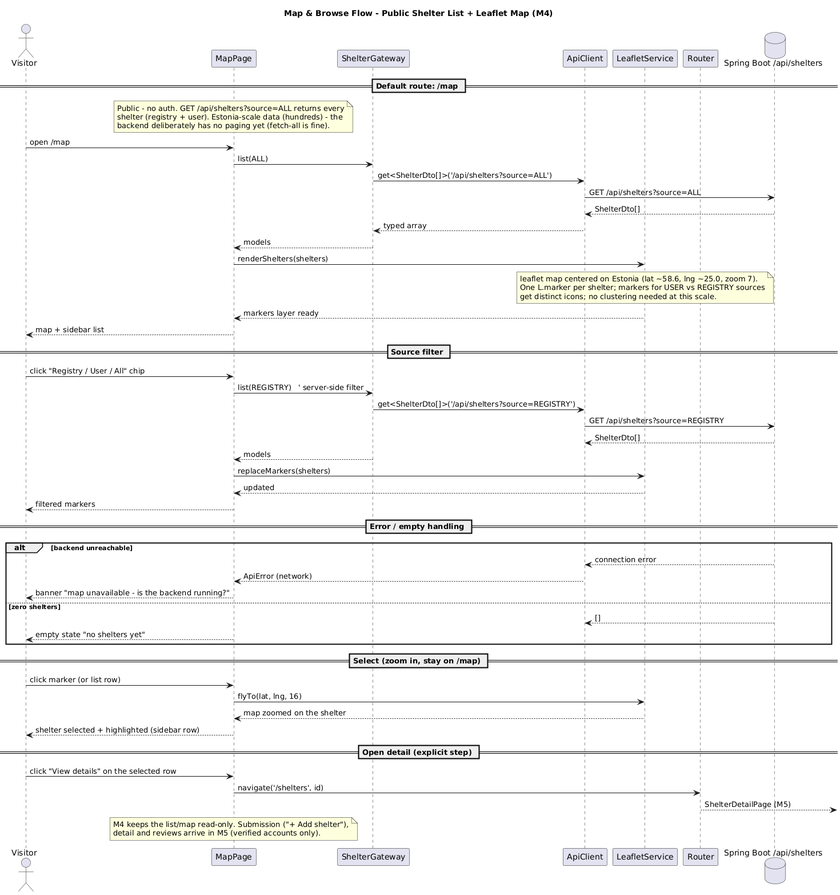
The PlantUML diagram frontend/docs/out/04-map-browse-flow.png in Bro223/OpenShelter, before a commit.
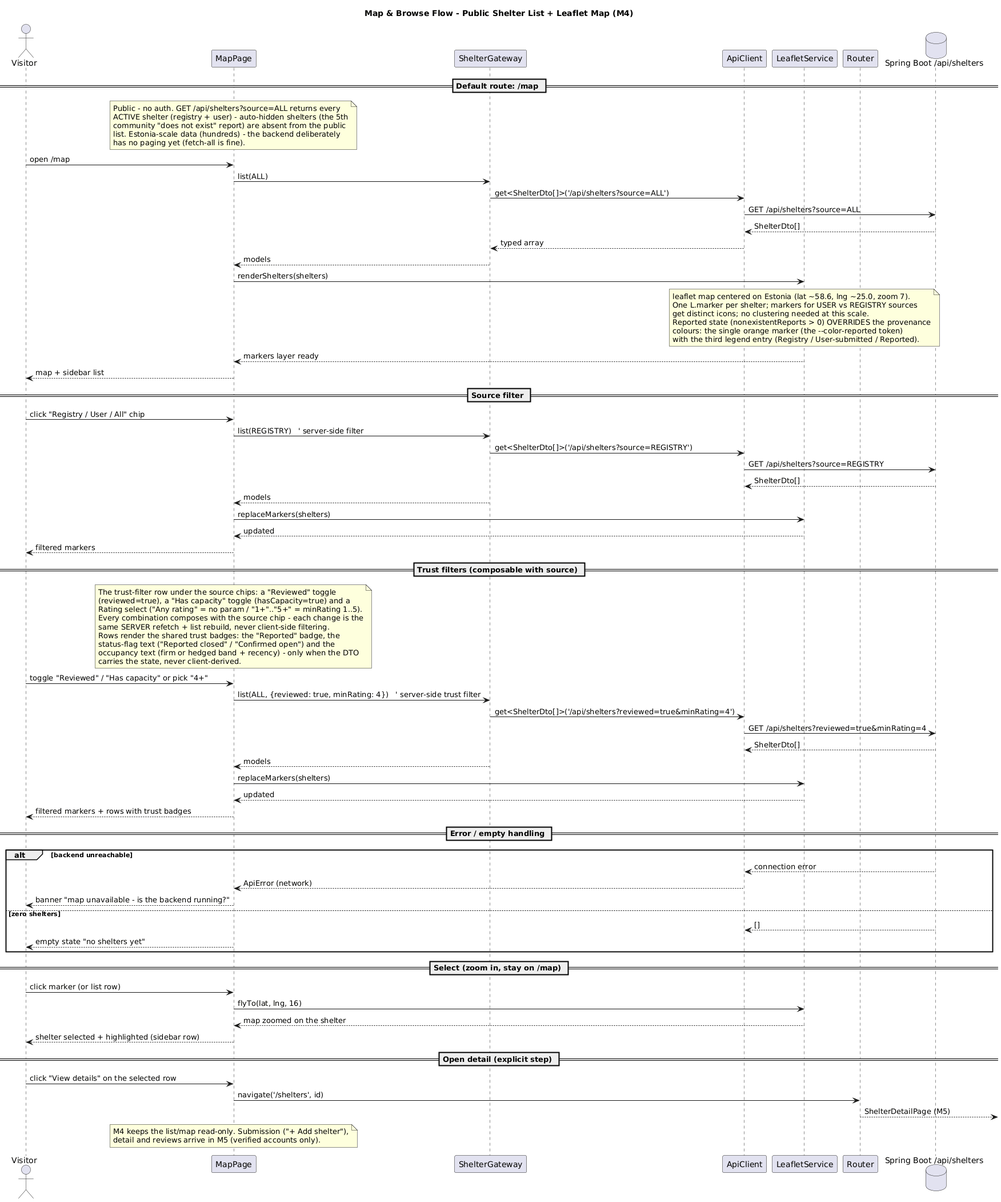
After the change.

Diff of the diagram source:
```diff
@@ -13,8 +13,10 @@
 == Default route: /map ==
 note over MP
   Public - no auth. GET /api/shelters?source=ALL returns every
-  shelter (registry + user). Estonia-scale data (hundreds) - the
-  backend deliberately has no paging yet (fetch-all is fine).
+  ACTIVE shelter (registry + user) - auto-hidden shelters (the 5th
+  community "does not exist" report) are absent from the public
+  list. Estonia-scale data (hundreds) - the backend deliberately
+  has no paging yet (fetch-all is fine).
 end note
 Visitor -> MP : open /map
 MP -> SG : list(ALL)
@@ -28,6 +30,9 @@
   leaflet map centered on Estonia (lat ~58.6, lng ~25.0, zoom 7).
   One L.marker per shelter; markers for USER vs REGISTRY sources
   get distinct icons; no clustering needed at this scale.
+  Reported state (nonexistentReports > 0) OVERRIDES the provenance
+  colours: the single orange marker (the --color-reported token)
+  with the third legend entry (Registry / User-submitted / Reported).
 end note
 LS --> MP : markers layer ready
 MP --> Visitor : map + sidebar list
@@ -42,6 +47,28 @@
 MP -> LS : replaceMarkers(shelters)
 LS --> MP : updated
 MP --> Visitor : filtered markers
+
+== Trust filters (composable with source) ==
+note over MP
+  The trust-filter row under the source chips: a "Reviewed" toggle
+  (reviewed=true), a "Has capacity" toggle (hasCapacity=true) and a
+  Rating select ("Any rating" = no param / "1+".."5+" = minRating 1..5).
+  Every combination composes with the source chip - each change is the
+  same SERVER refetch + list rebuild, never client-side filtering.
+  Rows render the shared trust badges: the "Reported" badge, the
+  status-flag text ("Reported closed" / "Confirmed open") and the
+  occupancy text (firm or hedged band + recency) - only when the DTO
+  carries the state, never client-derived.
+end note
+Visitor -> MP : toggle "Reviewed" / "Has capacity" or pick "4+"
+MP -> SG : list(ALL, {reviewed: true, minRating: 4})   ' server-side trust filter
+SG -> AC : get<ShelterDto[]>('/api/shelters?reviewed=true&minRating=4')
+AC -> API : GET /api/shelters?reviewed=true&minRating=4
+API --> AC : ShelterDto[]
+SG --> MP : models
+MP -> LS : replaceMarkers(shelters)
+LS --> MP : updated
+MP --> Visitor : filtered markers + rows with trust badges
 
 == Error / empty handling ==
 alt backend unreachable
```
